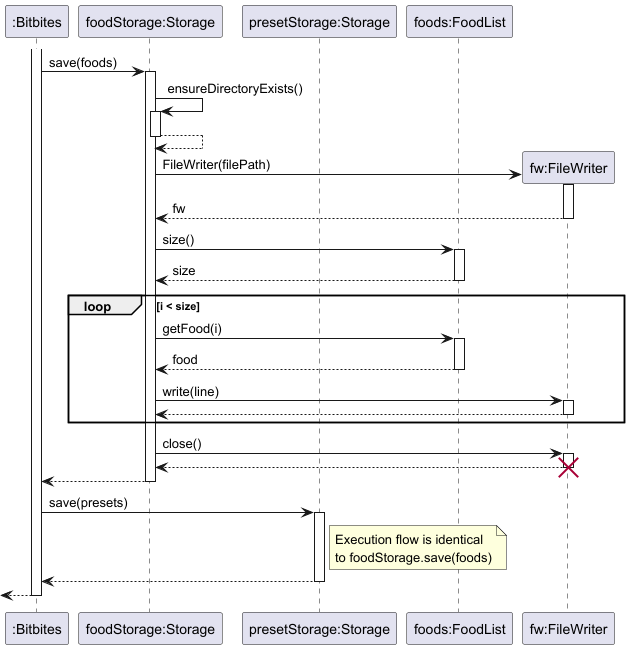
This is docs/uml/storageSave.png from AY2526S2-CS2113-F14-2/tp, a PlantUML export, as it was before one commit.
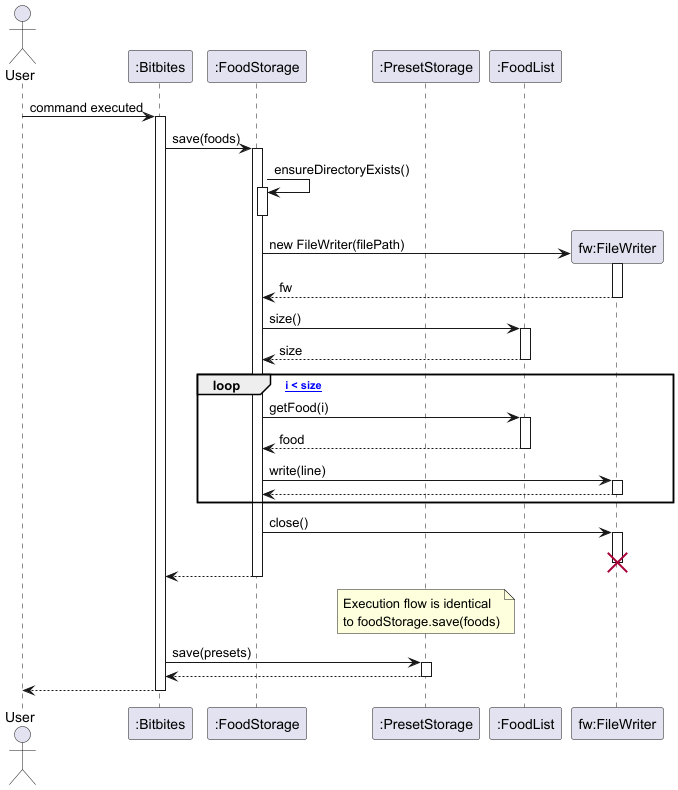
Above is the later version.

Change to the diagram source:
```diff
@@ -1,12 +1,12 @@
 @startuml
-skinparam ArrowFontStyle normal
-
+actor User
 participant ":Bitbites" as Bitbites
-participant "foodStorage:Storage" as FoodStorage
-participant "presetStorage:Storage" as PresetStorage
-participant "foods:FoodList" as FoodList
+participant ":FoodStorage" as FoodStorage
+participant ":PresetStorage" as PresetStorage
+participant ":FoodList" as FoodList
 participant "fw:FileWriter" as FileWriter
 
+User -> Bitbites : command executed
 activate Bitbites
 
 Bitbites -> FoodStorage : save(foods)
@@ -14,11 +14,10 @@
 
 FoodStorage -> FoodStorage : ensureDirectoryExists()
 activate FoodStorage
-FoodStorage --> FoodStorage
 deactivate FoodStorage
 
 create FileWriter
-FoodStorage -> FileWriter : FileWriter(filePath)
+FoodStorage -> FileWriter : new FileWriter(filePath)
 activate FileWriter
 FileWriter --> FoodStorage : fw
 deactivate FileWriter
@@ -28,33 +27,32 @@
 FoodList --> FoodStorage : size
 deactivate FoodList
 
-loop i < size
-    FoodStorage -> FoodList : getFood(i)
-    activate FoodList
-    FoodList --> FoodStorage : food
-    deactivate FoodList
+loop [* i < size]
+  FoodStorage -> FoodList : getFood(i)
+  activate FoodList
+  FoodList --> FoodStorage : food
+  deactivate FoodList
 
-    FoodStorage -> FileWriter : write(line)
-    activate FileWriter
-    FileWriter --> FoodStorage
-    deactivate FileWriter
+  FoodStorage -> FileWriter : write(line)
+  activate FileWriter
+  FileWriter --> FoodStorage
+  deactivate FileWriter
 end
 
 FoodStorage -> FileWriter : close()
 activate FileWriter
-FileWriter --> FoodStorage
+destroy FileWriter
 deactivate FileWriter
-destroy FileWriter
 
 FoodStorage --> Bitbites
 deactivate FoodStorage
 
+note over PresetStorage : Execution flow is identical\nto foodStorage.save(foods)
 Bitbites -> PresetStorage : save(presets)
 activate PresetStorage
-note right of PresetStorage: Execution flow is identical\nto foodStorage.save(foods)
 PresetStorage --> Bitbites
 deactivate PresetStorage
 
-<-- Bitbites
+Bitbites --> User
 deactivate Bitbites
 @enduml
```
